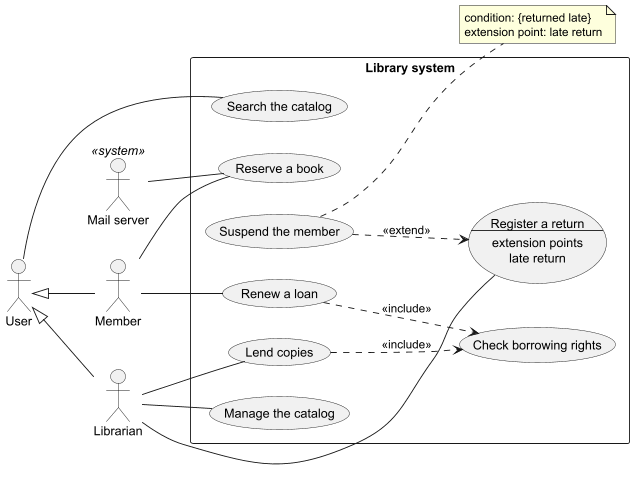
The PlantUML diagram docs/uml/use-casess.png in abdelmounaim-talbi/tp2-library, before a commit.
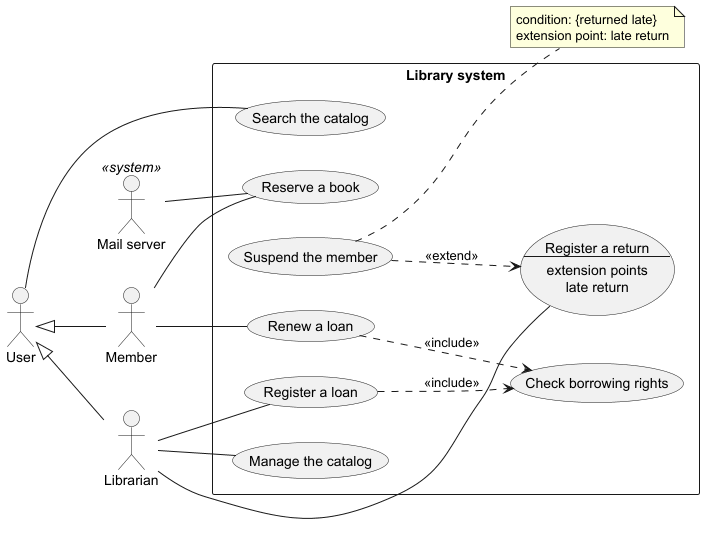
Later version of the same file.

Commit message:
Correct TP3 diagrams and add answers

Change to the diagram source:
```diff
@@ -11,7 +11,7 @@
     usecase "Search the catalog" as Search
     usecase "Reserve a book" as Reserve
     usecase "Renew a loan" as Renew
-    usecase "Lend copies" as Lend
+    usecase "Register a loan" as Lend
     usecase Return as "Register a return
     --
     extension points
```
